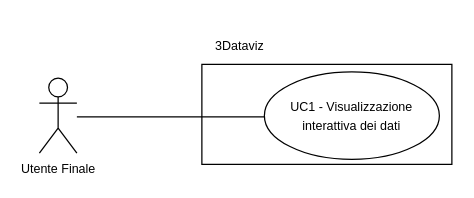
Above: page "UC 1" (1 of 40) of img/adr/UC.drawio in Archi7echs-Team/archi7echs-team.github.io (draw.io), before the change. Source tidied: cells renumbered, new cells numbered last; positions are measured from the earlier drawing's top-left corner, leaving out a move shared by most shapes. Both pictures are drawn from the tidied source at 125%, with x=0, y=0 at pixel (39, 26).
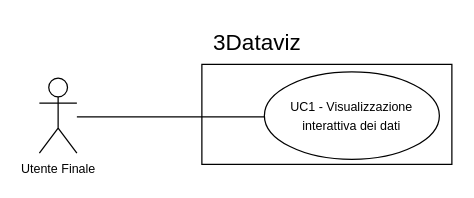
After the change.

The edit, as a diff of the source:
```diff
@@
 <mxGraphModel>
   <root>
     <mxCell id="0" />
     <mxCell id="1" parent="0" />
     <mxCell id="2" value="Utente Finale" style="shape=umlActor;verticalLabelPosition=bottom;verticalAlign=top;html=1;fontSize=10;" parent="1" vertex="1">
       <mxGeometry y="41" width="30" height="60" as="geometry" />
     </mxCell>
     <mxCell id="3" style="rounded=0;whiteSpace=wrap;html=1;fontSize=10;" parent="1" vertex="1">
       <mxGeometry x="130" y="30" width="200" height="80" as="geometry" />
     </mxCell>
-    <mxCell id="4" value="3Dataviz" style="text;html=1;align=center;verticalAlign=middle;strokeColor=none;fillColor=none;fontSize=10;" parent="1" vertex="1">
-      <mxGeometry x="130" width="60" height="30" as="geometry" />
+    <mxCell id="4" value="&lt;font style=&quot;font-size: 18px;&quot;&gt;3Dataviz&lt;/font&gt;" style="text;html=1;align=center;verticalAlign=middle;strokeColor=none;fillColor=none;fontSize=10;" parent="1" vertex="1">
+      <mxGeometry x="130" y="-4" width="87" height="34" as="geometry" />
     </mxCell>
     <mxCell id="5" style="line;strokeWidth=1;fillColor=none;align=left;verticalAlign=middle;spacingTop=-1;spacingLeft=3;spacingRight=3;labelPosition=right;strokeColor=inherit;fontSize=10;" parent="1" vertex="1">
       <mxGeometry x="30" y="68" width="150" height="8" as="geometry" />
     </mxCell>
     <mxCell id="6" value="&lt;span style=&quot;font-size: 10px;&quot;&gt;UC1 - Visualizzazione interattiva dei dati&lt;/span&gt;" style="ellipse;whiteSpace=wrap;html=1;" parent="1" vertex="1">
       <mxGeometry x="180" y="36" width="140" height="70" as="geometry" />
     </mxCell>
   </root>
 </mxGraphModel>
```
